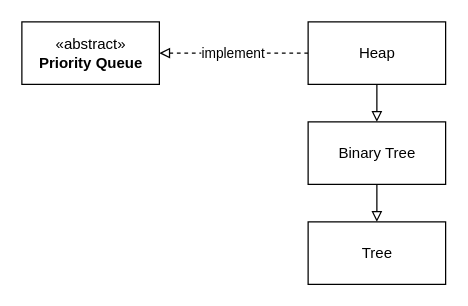
Before: heap/Heap & Priority Queue.drawio in sinae-hong/programmers-solutions, a draw.io diagram. Source tidied: cells renumbered, new cells numbered last; positions are measured from the earlier drawing's top-left corner, leaving out a move shared by most shapes. Both pictures are drawn from the tidied source at 125%, with x=0, y=0 at pixel (21, 21).
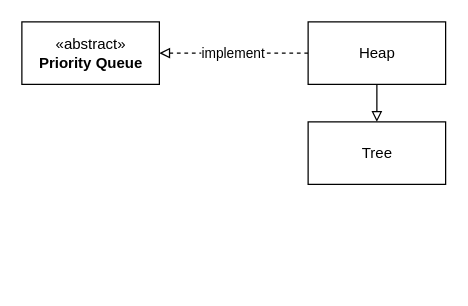
After the change.

What changed in the source:
```diff
@@
 <mxGraphModel>
   <root>
     <mxCell id="0" />
     <mxCell id="1" parent="0" />
     <mxCell id="2" value="«abstract»&lt;br&gt;&lt;b&gt;Priority Queue&lt;/b&gt;" style="html=1;" parent="1" vertex="1">
       <mxGeometry width="110" height="50" as="geometry" />
     </mxCell>
-    <mxCell id="3" value="Tree" style="html=1;" parent="1" vertex="1">
-      <mxGeometry x="229" y="160" width="110" height="50" as="geometry" />
-    </mxCell>
-    <mxCell id="4" style="edgeStyle=orthogonalEdgeStyle;rounded=0;jettySize=auto;html=1;endArrow=block;endFill=0;" parent="1" edge="1" source="5" target="3">
-      <mxGeometry relative="1" as="geometry" />
-    </mxCell>
-    <mxCell id="5" value="Binary Tree" style="html=1;" parent="1" vertex="1">
+    <mxCell id="5" value="Tree" style="html=1;" parent="1" vertex="1">
       <mxGeometry x="229" y="80" width="110" height="50" as="geometry" />
     </mxCell>
     <mxCell id="6" style="edgeStyle=orthogonalEdgeStyle;rounded=0;jettySize=auto;html=1;endArrow=block;endFill=0;" parent="1" edge="1" source="8" target="5">
       <mxGeometry relative="1" as="geometry" />
     </mxCell>
     <mxCell id="7" value="implement" style="edgeStyle=orthogonalEdgeStyle;rounded=0;jettySize=auto;html=1;entryX=1;entryY=0.5;entryDx=0;entryDy=0;endArrow=block;endFill=0;dashed=1;" parent="1" edge="1" source="8" target="2">
       <mxGeometry relative="1" as="geometry" />
     </mxCell>
     <mxCell id="8" value="Heap" style="html=1;" parent="1" vertex="1">
       <mxGeometry x="229" width="110" height="50" as="geometry" />
     </mxCell>
   </root>
 </mxGraphModel>
```
